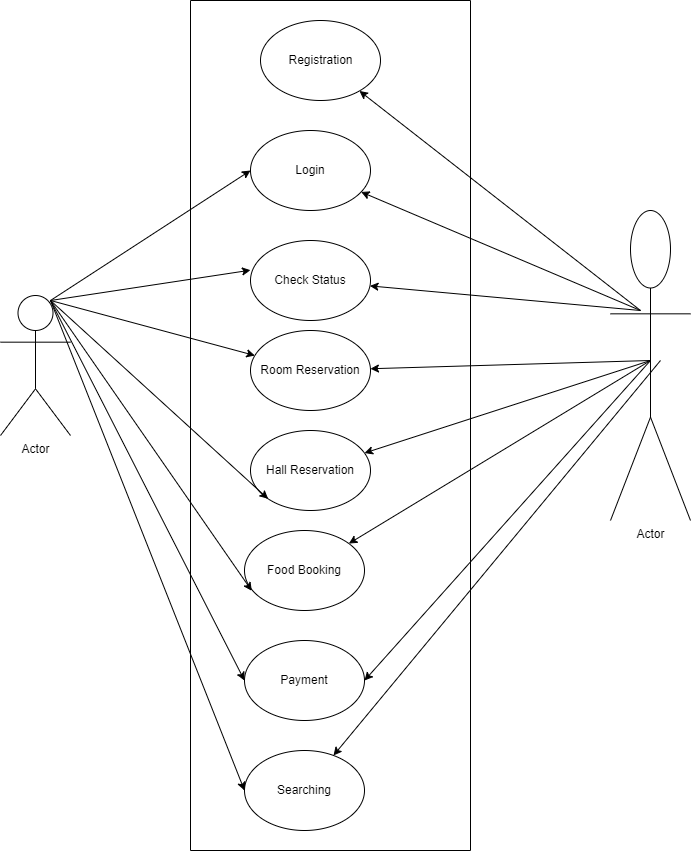
AaronJR-coode/requirement-analysis keeps this draw.io diagram as alx-booking-uc.png. Above is the earlier version. Source tidied: cells renumbered, new cells last; positions are measured from the earlier drawing's top-left corner, leaving out a move shared by most shapes. Source of this version:
```xml
<mxGraphModel>
  <root>
    <mxCell id="0" />
    <mxCell id="1" parent="0" />
    <mxCell id="2" style="swimlane;startSize=0;" parent="1" vertex="1">
      <mxGeometry x="190" width="280" height="850" as="geometry" />
    </mxCell>
    <mxCell id="3" value="Registration" style="ellipse;html=1;align=center;" parent="2" vertex="1">
      <mxGeometry x="70" y="20" width="120" height="80" as="geometry" />
    </mxCell>
    <mxCell id="4" value="Login" style="ellipse;whiteSpace=wrap;html=1;" parent="2" vertex="1">
      <mxGeometry x="60" y="130" width="120" height="80" as="geometry" />
    </mxCell>
    <mxCell id="5" value="Check Status" style="ellipse;whiteSpace=wrap;html=1;" parent="2" vertex="1">
      <mxGeometry x="60" y="240" width="120" height="80" as="geometry" />
    </mxCell>
    <mxCell id="6" value="Room Reservation" style="ellipse;whiteSpace=wrap;html=1;" parent="2" vertex="1">
      <mxGeometry x="60" y="330" width="120" height="80" as="geometry" />
    </mxCell>
    <mxCell id="7" value="Hall Reservation" style="ellipse;whiteSpace=wrap;html=1;" parent="2" vertex="1">
      <mxGeometry x="60" y="430" width="120" height="80" as="geometry" />
    </mxCell>
    <mxCell id="8" value="Food Booking" style="ellipse;whiteSpace=wrap;html=1;" parent="2" vertex="1">
      <mxGeometry x="54" y="530" width="120" height="80" as="geometry" />
    </mxCell>
    <mxCell id="9" value="Payment" style="ellipse;whiteSpace=wrap;html=1;" parent="2" vertex="1">
      <mxGeometry x="54" y="640" width="120" height="80" as="geometry" />
    </mxCell>
    <mxCell id="10" value="Searching" style="ellipse;whiteSpace=wrap;html=1;" parent="2" vertex="1">
      <mxGeometry x="54" y="750" width="120" height="80" as="geometry" />
    </mxCell>
    <mxCell id="11" value="Actor" style="shape=umlActor;verticalLabelPosition=bottom;verticalAlign=top;html=1;" parent="1" vertex="1">
      <mxGeometry y="295" width="70" height="140" as="geometry" />
    </mxCell>
    <mxCell id="12" style="endArrow=classic;html=1;rounded=0;entryX=0;entryY=1;entryDx=0;entryDy=0;" parent="1" edge="1" target="7">
      <mxGeometry relative="1" as="geometry">
        <mxPoint x="50" y="300" as="sourcePoint" />
      </mxGeometry>
    </mxCell>
    <mxCell id="13" style="endArrow=classic;html=1;rounded=0;entryX=0;entryY=0.5;entryDx=0;entryDy=0;" parent="1" edge="1" target="4">
      <mxGeometry relative="1" as="geometry">
        <mxPoint x="50" y="300" as="sourcePoint" />
      </mxGeometry>
    </mxCell>
    <mxCell id="14" style="endArrow=classic;html=1;rounded=0;entryX=0;entryY=0.371;entryDx=0;entryDy=0;entryPerimeter=0;" parent="1" edge="1" target="5">
      <mxGeometry relative="1" as="geometry">
        <mxPoint x="50" y="300" as="sourcePoint" />
      </mxGeometry>
    </mxCell>
    <mxCell id="15" style="endArrow=classic;html=1;rounded=0;" parent="1" edge="1" target="6">
      <mxGeometry relative="1" as="geometry">
        <mxPoint x="50" y="300" as="sourcePoint" />
      </mxGeometry>
    </mxCell>
    <mxCell id="16" style="endArrow=classic;html=1;rounded=0;entryX=0.061;entryY=0.754;entryDx=0;entryDy=0;entryPerimeter=0;" parent="1" edge="1" target="8">
      <mxGeometry relative="1" as="geometry">
        <mxPoint x="50" y="300" as="sourcePoint" />
      </mxGeometry>
    </mxCell>
    <mxCell id="17" style="endArrow=classic;html=1;rounded=0;entryX=0;entryY=0.5;entryDx=0;entryDy=0;" parent="1" edge="1" target="9">
      <mxGeometry relative="1" as="geometry">
        <mxPoint x="50" y="300" as="sourcePoint" />
      </mxGeometry>
    </mxCell>
    <mxCell id="18" style="endArrow=classic;html=1;rounded=0;entryX=0;entryY=0.5;entryDx=0;entryDy=0;" parent="1" edge="1" target="10">
      <mxGeometry relative="1" as="geometry">
        <mxPoint x="50" y="300" as="sourcePoint" />
      </mxGeometry>
    </mxCell>
    <mxCell id="19" style="endArrow=classic;html=1;rounded=0;" parent="1" edge="1" target="5">
      <mxGeometry relative="1" as="geometry">
        <mxPoint x="640" y="310" as="sourcePoint" />
      </mxGeometry>
    </mxCell>
    <mxCell id="20" style="endArrow=classic;html=1;rounded=0;" parent="1" edge="1" target="4">
      <mxGeometry relative="1" as="geometry">
        <mxPoint x="640" y="310" as="sourcePoint" />
      </mxGeometry>
    </mxCell>
    <mxCell id="21" style="endArrow=classic;html=1;rounded=0;" parent="1" edge="1" target="3">
      <mxGeometry relative="1" as="geometry">
        <mxPoint x="640" y="310" as="sourcePoint" />
      </mxGeometry>
    </mxCell>
    <mxCell id="22" style="endArrow=classic;html=1;rounded=0;" parent="1" edge="1" target="6">
      <mxGeometry relative="1" as="geometry">
        <mxPoint x="650" y="360" as="sourcePoint" />
      </mxGeometry>
    </mxCell>
    <mxCell id="23" style="endArrow=classic;html=1;rounded=0;" parent="1" edge="1" target="7">
      <mxGeometry relative="1" as="geometry">
        <mxPoint x="650" y="360" as="sourcePoint" />
      </mxGeometry>
    </mxCell>
    <mxCell id="24" style="endArrow=classic;html=1;rounded=0;" parent="1" edge="1" target="10">
      <mxGeometry relative="1" as="geometry">
        <mxPoint x="660" y="360" as="sourcePoint" />
      </mxGeometry>
    </mxCell>
    <mxCell id="25" style="endArrow=classic;html=1;rounded=0;" parent="1" edge="1" target="8">
      <mxGeometry relative="1" as="geometry">
        <mxPoint x="650" y="360" as="sourcePoint" />
      </mxGeometry>
    </mxCell>
    <mxCell id="26" style="endArrow=classic;html=1;rounded=0;entryX=1;entryY=0.5;entryDx=0;entryDy=0;" parent="1" edge="1" target="9">
      <mxGeometry relative="1" as="geometry">
        <mxPoint x="650" y="360" as="sourcePoint" />
      </mxGeometry>
    </mxCell>
    <mxCell id="27" value="Actor" style="shape=umlActor;verticalLabelPosition=bottom;verticalAlign=top;html=1;" parent="1" vertex="1">
      <mxGeometry x="610" y="210" width="80" height="310" as="geometry" />
    </mxCell>
  </root>
</mxGraphModel>
```
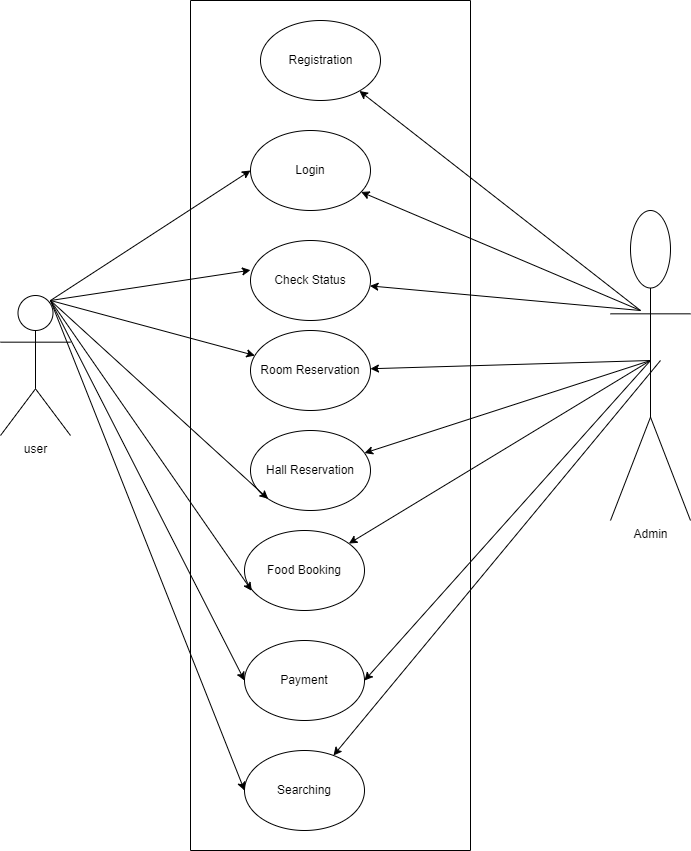
Above is the later version.

Diff of the diagram source:
```diff
@@ -1,4 +1,4 @@
-<mxGraphModel>
+<mxGraphModel background="light-dark(#FFFFFF,#6666FF)">
   <root>
     <mxCell id="0" />
     <mxCell id="1" parent="0" />
@@ -29,7 +29,7 @@
     <mxCell id="10" value="Searching" style="ellipse;whiteSpace=wrap;html=1;" parent="2" vertex="1">
       <mxGeometry x="54" y="750" width="120" height="80" as="geometry" />
     </mxCell>
-    <mxCell id="11" value="Actor" style="shape=umlActor;verticalLabelPosition=bottom;verticalAlign=top;html=1;" parent="1" vertex="1">
+    <mxCell id="11" value="user" style="shape=umlActor;verticalLabelPosition=bottom;verticalAlign=top;html=1;" parent="1" vertex="1">
       <mxGeometry y="295" width="70" height="140" as="geometry" />
     </mxCell>
     <mxCell id="12" style="endArrow=classic;html=1;rounded=0;entryX=0;entryY=1;entryDx=0;entryDy=0;" parent="1" edge="1" target="7">
@@ -107,7 +107,7 @@
         <mxPoint x="650" y="360" as="sourcePoint" />
       </mxGeometry>
     </mxCell>
-    <mxCell id="27" value="Actor" style="shape=umlActor;verticalLabelPosition=bottom;verticalAlign=top;html=1;" parent="1" vertex="1">
+    <mxCell id="27" value="Admin" style="shape=umlActor;verticalLabelPosition=bottom;verticalAlign=top;html=1;" parent="1" vertex="1">
       <mxGeometry x="610" y="210" width="80" height="310" as="geometry" />
     </mxCell>
   </root>
```
